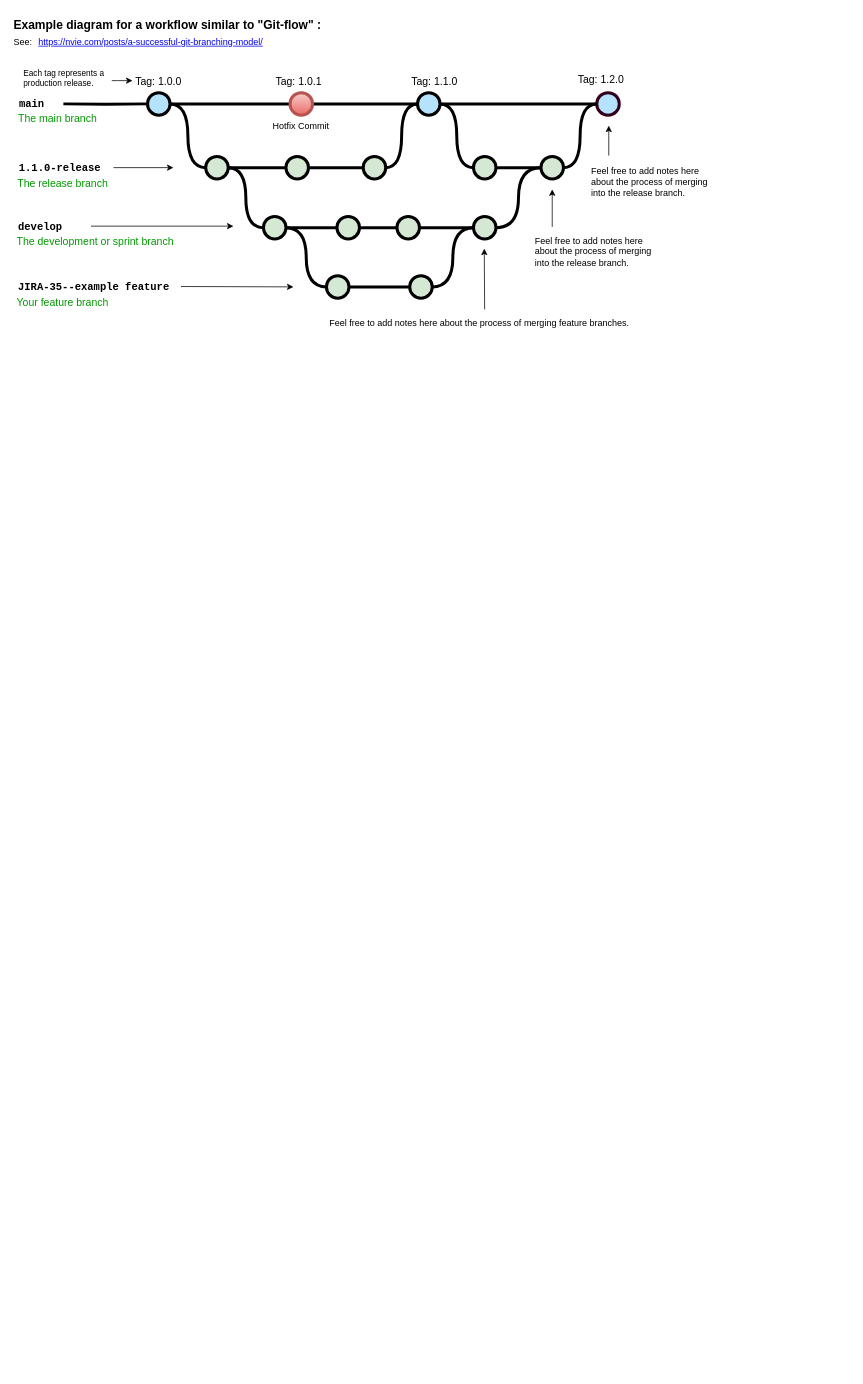
Before: BrainDiagram.drawio in djsamseng/BusinessPlan, a draw.io diagram. Source tidied: cells renumbered, new cells numbered last; positions are measured from the earlier drawing's top-left corner, leaving out a move shared by most shapes. Both pictures are drawn from the tidied source at 75%, with x=0, y=0 at pixel (12, 13).
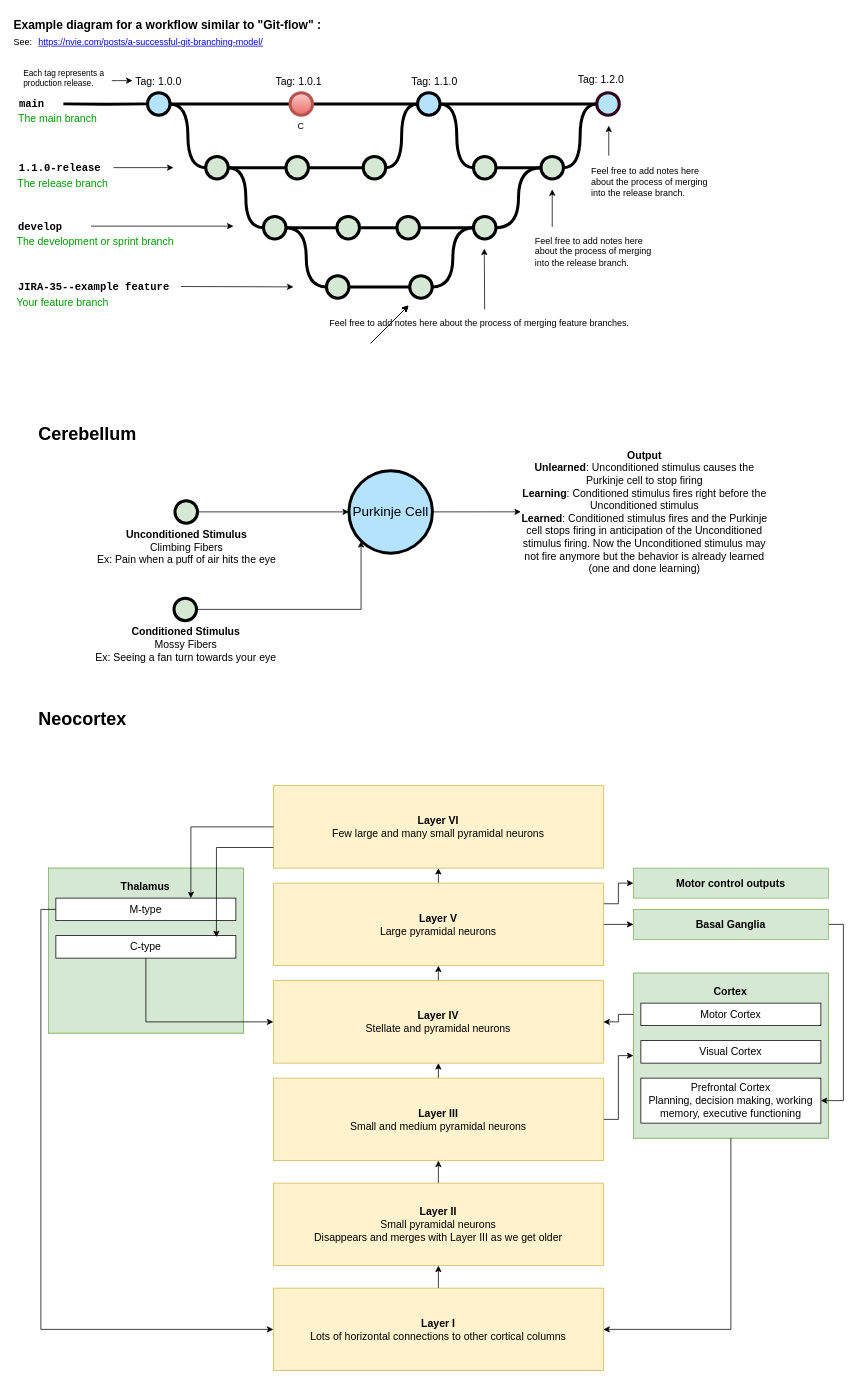
Above is the later version.

Commit message:
Purkinje Cell and Neocortex diagrams

What changed in the source:
```diff
@@
-    <mxCell id="2" value="Hotfix Commit" style="text;html=1;strokeColor=none;fillColor=none;align=center;verticalAlign=middle;whiteSpace=wrap;overflow=hidden;" parent="1" vertex="1">
+    <mxCell id="2" value="C" style="text;html=1;strokeColor=none;fillColor=none;align=center;verticalAlign=middle;whiteSpace=wrap;overflow=hidden;" parent="1" vertex="1">
       <mxGeometry x="345.2" y="136" width="80" height="30" as="geometry" />
     </mxCell>
@@
+    <mxCell id="63" style="edgeStyle=orthogonalEdgeStyle;rounded=0;jettySize=auto;html=1;exitX=1;exitY=0.5;exitDx=0;exitDy=0;exitPerimeter=0;entryX=0;entryY=0.5;entryDx=0;entryDy=0;" parent="1" edge="1" source="64" target="68">
+      <mxGeometry relative="1" as="geometry" />
+    </mxCell>
+    <mxCell id="64" value="&lt;font style=&quot;font-size: 18px;&quot;&gt;Purkinje Cell&lt;/font&gt;" style="verticalLabelPosition=middle;verticalAlign=middle;strokeWidth=4;shape=mxgraph.flowchart.on-page_reference;plain-blue;gradientColor=none;fillColor=#B5E3Fe;strokeColor=#000000;horizontal=1;html=1;labelPosition=center;align=center;" parent="1" vertex="1">
+      <mxGeometry x="448.8" y="610" width="111.2" height="110" as="geometry" />
+    </mxCell>
+    <mxCell id="65" value="&lt;font style=&quot;font-size: 24px;&quot;&gt;Cerebellum&lt;/font&gt;" style="text;whiteSpace=wrap;html=1;fontStyle=1;fontSize=16;" parent="1" vertex="1">
+      <mxGeometry x="33" y="540" width="427.8" height="20" as="geometry" />
+    </mxCell>
+    <mxCell id="66" style="endArrow=classic;html=1;rounded=0;" parent="1" edge="1">
+      <mxGeometry relative="1" as="geometry">
+        <mxPoint x="478" y="440" as="sourcePoint" />
+        <mxPoint x="528" y="390" as="targetPoint" />
+      </mxGeometry>
+    </mxCell>
+    <mxCell id="67" style="endArrow=classic;html=1;rounded=0;" parent="1" edge="1">
+      <mxGeometry relative="1" as="geometry">
+        <mxPoint x="478" y="440" as="sourcePoint" />
+        <mxPoint x="528" y="390" as="targetPoint" />
+      </mxGeometry>
+    </mxCell>
+    <mxCell id="68" value="&lt;b&gt;Output&lt;br&gt;Unlearned&lt;/b&gt;: Unconditioned stimulus causes the Purkinje cell to stop firing&lt;br&gt;&lt;b&gt;Learning&lt;/b&gt;: Conditioned stimulus fires right before the Unconditioned stimulus&lt;br&gt;&lt;b&gt;Learned&lt;/b&gt;: Conditioned stimulus fires and the Purkinje cell stops firing in anticipation of the Unconditioned stimulus firing. Now the Unconditioned stimulus may not fire anymore but the behavior is already learned (one and done learning)" style="text;html=1;strokeColor=none;fillColor=none;align=center;verticalAlign=middle;whiteSpace=wrap;overflow=hidden;fontSize=14;" parent="1" vertex="1">
+      <mxGeometry x="678" y="566.2" width="330" height="197.5" as="geometry" />
+    </mxCell>
+    <mxCell id="69" style="edgeStyle=orthogonalEdgeStyle;rounded=0;jettySize=auto;html=1;exitX=1;exitY=0.5;exitDx=0;exitDy=0;exitPerimeter=0;" parent="1" edge="1" source="70" target="64">
+      <mxGeometry relative="1" as="geometry" />
+    </mxCell>
+    <mxCell id="70" value="&lt;font style=&quot;font-size: 14px;&quot;&gt;&lt;b&gt;Unconditioned Stimulus&lt;/b&gt;&lt;br&gt;Climbing Fibers&lt;br&gt;Ex: Pain when a puff of air hits the eye&lt;/font&gt;" style="verticalLabelPosition=bottom;verticalAlign=top;html=1;strokeWidth=4;shape=mxgraph.flowchart.on-page_reference;plain-purple;gradientColor=none;strokeColor=#000000;fillColor=#D5E8D4;" parent="1" vertex="1">
+      <mxGeometry x="216.8" y="650" width="30" height="30" as="geometry" />
+    </mxCell>
+    <mxCell id="71" style="endArrow=classic;html=1;rounded=0;" parent="1" edge="1">
+      <mxGeometry relative="1" as="geometry">
+        <mxPoint x="478" y="440" as="sourcePoint" />
+        <mxPoint x="528" y="390" as="targetPoint" />
+      </mxGeometry>
+    </mxCell>
+    <mxCell id="72" style="endArrow=classic;html=1;rounded=0;" parent="1" edge="1">
+      <mxGeometry relative="1" as="geometry">
+        <mxPoint x="478" y="440" as="sourcePoint" />
+        <mxPoint x="528" y="390" as="targetPoint" />
+      </mxGeometry>
+    </mxCell>
+    <mxCell id="73" value="&lt;font style=&quot;font-size: 14px;&quot;&gt;&lt;b&gt;Conditioned Stimulus&lt;br&gt;&lt;/b&gt;Mossy Fibers&lt;br&gt;Ex: Seeing a fan turn towards your eye&lt;/font&gt;" style="verticalLabelPosition=bottom;verticalAlign=top;html=1;strokeWidth=4;shape=mxgraph.flowchart.on-page_reference;plain-purple;gradientColor=none;strokeColor=#000000;fillColor=#D5E8D4;" parent="1" vertex="1">
+      <mxGeometry x="215.5" y="780" width="30" height="30" as="geometry" />
+    </mxCell>
+    <mxCell id="74" style="endArrow=classic;html=1;rounded=0;" parent="1" edge="1">
+      <mxGeometry relative="1" as="geometry">
+        <mxPoint x="478" y="440" as="sourcePoint" />
+        <mxPoint x="528" y="390" as="targetPoint" />
+      </mxGeometry>
+    </mxCell>
+    <mxCell id="75" style="edgeStyle=orthogonalEdgeStyle;rounded=0;jettySize=auto;html=1;exitX=1;exitY=0.5;exitDx=0;exitDy=0;exitPerimeter=0;entryX=0.145;entryY=0.855;entryDx=0;entryDy=0;entryPerimeter=0;" parent="1" edge="1" source="73" target="64">
+      <mxGeometry relative="1" as="geometry" />
+    </mxCell>
+    <mxCell id="76" value="&lt;font style=&quot;font-size: 24px;&quot;&gt;Neocortex&lt;/font&gt;" style="text;whiteSpace=wrap;html=1;fontStyle=1;fontSize=16;" parent="1" vertex="1">
+      <mxGeometry x="33" y="920" width="427.8" height="20" as="geometry" />
+    </mxCell>
+    <mxCell id="77" value="&lt;font style=&quot;font-size: 14px;&quot;&gt;&lt;b&gt;Layer VI&lt;/b&gt;&lt;br&gt;Few large and many small pyramidal neurons&lt;/font&gt;" style="rounded=0;whiteSpace=wrap;html=1;fillColor=#fff2cc;strokeColor=#d6b656;" parent="1" vertex="1">
+      <mxGeometry x="348" y="1030" width="440" height="110" as="geometry" />
+    </mxCell>
+    <mxCell id="78" style="edgeStyle=orthogonalEdgeStyle;rounded=0;jettySize=auto;html=1;exitX=0.5;exitY=0;exitDx=0;exitDy=0;entryX=0.5;entryY=1;entryDx=0;entryDy=0;" parent="1" edge="1" source="81" target="77">
+      <mxGeometry relative="1" as="geometry" />
+    </mxCell>
+    <mxCell id="79" style="edgeStyle=orthogonalEdgeStyle;rounded=0;jettySize=auto;html=1;exitX=1;exitY=0.25;exitDx=0;exitDy=0;entryX=0;entryY=0.5;entryDx=0;entryDy=0;" parent="1" edge="1" source="81" target="101">
+      <mxGeometry relative="1" as="geometry" />
+    </mxCell>
+    <mxCell id="80" style="edgeStyle=orthogonalEdgeStyle;rounded=0;jettySize=auto;html=1;exitX=1;exitY=0.5;exitDx=0;exitDy=0;entryX=0;entryY=0.5;entryDx=0;entryDy=0;" parent="1" edge="1" source="81" target="100">
+      <mxGeometry relative="1" as="geometry" />
+    </mxCell>
+    <mxCell id="81" value="&lt;font style=&quot;font-size: 14px;&quot;&gt;&lt;b&gt;Layer V&lt;/b&gt;&lt;br&gt;Large pyramidal neurons&lt;/font&gt;" style="rounded=0;whiteSpace=wrap;html=1;fillColor=#fff2cc;strokeColor=#d6b656;" parent="1" vertex="1">
+      <mxGeometry x="348" y="1160" width="440" height="110" as="geometry" />
+    </mxCell>
+    <mxCell id="82" style="edgeStyle=orthogonalEdgeStyle;rounded=0;jettySize=auto;html=1;exitX=0.5;exitY=0;exitDx=0;exitDy=0;entryX=0.5;entryY=1;entryDx=0;entryDy=0;" parent="1" edge="1" source="83" target="81">
+      <mxGeometry relative="1" as="geometry" />
+    </mxCell>
+    <mxCell id="83" value="&lt;font style=&quot;font-size: 14px;&quot;&gt;&lt;b&gt;Layer IV&lt;/b&gt;&lt;br&gt;Stellate and pyramidal neurons&lt;br&gt;&lt;/font&gt;" style="rounded=0;whiteSpace=wrap;html=1;fillColor=#fff2cc;strokeColor=#d6b656;" parent="1" vertex="1">
+      <mxGeometry x="348" y="1290" width="440" height="110" as="geometry" />
+    </mxCell>
+    <mxCell id="84" style="edgeStyle=orthogonalEdgeStyle;rounded=0;jettySize=auto;html=1;exitX=0.5;exitY=0;exitDx=0;exitDy=0;entryX=0.5;entryY=1;entryDx=0;entryDy=0;" parent="1" edge="1" source="86" target="83">
+      <mxGeometry relative="1" as="geometry" />
+    </mxCell>
+    <mxCell id="85" style="edgeStyle=orthogonalEdgeStyle;rounded=0;jettySize=auto;html=1;exitX=1;exitY=0.5;exitDx=0;exitDy=0;entryX=0;entryY=0.5;entryDx=0;entryDy=0;" parent="1" edge="1" source="86" target="92">
+      <mxGeometry relative="1" as="geometry" />
+    </mxCell>
+    <mxCell id="86" value="&lt;font style=&quot;font-size: 14px;&quot;&gt;&lt;b&gt;Layer III&lt;/b&gt;&lt;br&gt;Small and medium pyramidal neurons&lt;br&gt;&lt;/font&gt;" style="rounded=0;whiteSpace=wrap;html=1;fillColor=#fff2cc;strokeColor=#d6b656;" parent="1" vertex="1">
+      <mxGeometry x="348" y="1420" width="440" height="110" as="geometry" />
+    </mxCell>
+    <mxCell id="87" style="edgeStyle=orthogonalEdgeStyle;rounded=0;jettySize=auto;html=1;exitX=0.5;exitY=0;exitDx=0;exitDy=0;entryX=0.5;entryY=1;entryDx=0;entryDy=0;" parent="1" edge="1" source="88" target="86">
+      <mxGeometry relative="1" as="geometry" />
+    </mxCell>
+    <mxCell id="88" value="&lt;font style=&quot;font-size: 14px;&quot;&gt;&lt;b&gt;Layer II&lt;/b&gt;&lt;br&gt;Small pyramidal neurons&lt;br&gt;Disappears and merges with Layer III as we get older&lt;br&gt;&lt;/font&gt;" style="rounded=0;whiteSpace=wrap;html=1;fillColor=#fff2cc;strokeColor=#d6b656;" parent="1" vertex="1">
+      <mxGeometry x="348" y="1560" width="440" height="110" as="geometry" />
+    </mxCell>
+    <mxCell id="89" style="edgeStyle=orthogonalEdgeStyle;rounded=0;jettySize=auto;html=1;exitX=0.5;exitY=0;exitDx=0;exitDy=0;entryX=0.5;entryY=1;entryDx=0;entryDy=0;" parent="1" edge="1" source="90" target="88">
+      <mxGeometry relative="1" as="geometry" />
+    </mxCell>
+    <mxCell id="90" value="&lt;font style=&quot;font-size: 14px;&quot;&gt;&lt;b&gt;Layer I&lt;/b&gt;&lt;br&gt;Lots of horizontal connections to other cortical columns&lt;br&gt;&lt;/font&gt;" style="rounded=0;whiteSpace=wrap;html=1;fillColor=#fff2cc;strokeColor=#d6b656;" parent="1" vertex="1">
+      <mxGeometry x="348" y="1700" width="440" height="110" as="geometry" />
+    </mxCell>
+    <mxCell id="91" style="group;fillColor=#d5e8d4;strokeColor=#82b366;" parent="1" vertex="1">
+      <mxGeometry x="828" y="1280" width="260" height="220" as="geometry" />
+    </mxCell>
+    <mxCell id="92" value="&lt;font style=&quot;font-size: 14px;&quot;&gt;&lt;br&gt;&lt;/font&gt;" style="rounded=0;whiteSpace=wrap;html=1;fillColor=#d5e8d4;strokeColor=#82b366;" parent="91" vertex="1">
+      <mxGeometry width="260" height="220" as="geometry" />
+    </mxCell>
+    <mxCell id="93" value="&lt;font style=&quot;font-size: 14px;&quot;&gt;Motor Cortex&lt;/font&gt;" style="rounded=0;whiteSpace=wrap;html=1;" parent="91" vertex="1">
+      <mxGeometry x="10" y="40" width="240" height="30" as="geometry" />
+    </mxCell>
+    <mxCell id="94" value="Cortex" style="text;html=1;strokeColor=none;fillColor=none;align=center;verticalAlign=middle;whiteSpace=wrap;rounded=0;fontSize=14;fontStyle=1;" parent="91" vertex="1">
+      <mxGeometry x="106.4" y="10" width="47.3" height="30" as="geometry" />
+    </mxCell>
+    <mxCell id="95" value="&lt;font style=&quot;font-size: 14px;&quot;&gt;Visual Cortex&lt;/font&gt;" style="rounded=0;whiteSpace=wrap;html=1;" parent="91" vertex="1">
+      <mxGeometry x="10" y="90" width="240" height="30" as="geometry" />
+    </mxCell>
+    <mxCell id="96" value="&lt;font style=&quot;font-size: 14px;&quot;&gt;Prefrontal Cortex&lt;br&gt;Planning, decision making, working memory, executive functioning&lt;br&gt;&lt;/font&gt;" style="rounded=0;whiteSpace=wrap;html=1;" parent="91" vertex="1">
+      <mxGeometry x="10" y="140" width="240" height="60" as="geometry" />
+    </mxCell>
+    <mxCell id="97" style="edgeStyle=orthogonalEdgeStyle;rounded=0;jettySize=auto;html=1;exitX=0.5;exitY=1;exitDx=0;exitDy=0;entryX=1;entryY=0.5;entryDx=0;entryDy=0;" parent="1" edge="1" source="92" target="90">
+      <mxGeometry relative="1" as="geometry" />
+    </mxCell>
+    <mxCell id="98" style="edgeStyle=orthogonalEdgeStyle;rounded=0;jettySize=auto;html=1;exitX=0;exitY=0.25;exitDx=0;exitDy=0;entryX=1;entryY=0.5;entryDx=0;entryDy=0;" parent="1" edge="1" source="92" target="83">
+      <mxGeometry relative="1" as="geometry" />
+    </mxCell>
+    <mxCell id="99" style="edgeStyle=orthogonalEdgeStyle;rounded=0;jettySize=auto;html=1;exitX=1;exitY=0.5;exitDx=0;exitDy=0;entryX=1;entryY=0.5;entryDx=0;entryDy=0;" parent="1" edge="1" source="100" target="96">
+      <mxGeometry relative="1" as="geometry" />
+    </mxCell>
+    <mxCell id="100" value="&lt;span style=&quot;font-size: 14px;&quot;&gt;&lt;b&gt;Basal Ganglia&lt;/b&gt;&lt;/span&gt;" style="rounded=0;whiteSpace=wrap;html=1;fillColor=#d5e8d4;strokeColor=#82b366;" parent="1" vertex="1">
+      <mxGeometry x="828" y="1195" width="260" height="40" as="geometry" />
+    </mxCell>
+    <mxCell id="101" value="&lt;span style=&quot;font-size: 14px;&quot;&gt;&lt;b&gt;Motor control outputs&lt;/b&gt;&lt;/span&gt;" style="rounded=0;whiteSpace=wrap;html=1;fillColor=#d5e8d4;strokeColor=#82b366;" parent="1" vertex="1">
+      <mxGeometry x="828" y="1140" width="260" height="40" as="geometry" />
+    </mxCell>
+    <mxCell id="102" style="group;fillColor=#d5e8d4;strokeColor=#82b366;" parent="1" vertex="1">
+      <mxGeometry x="48" y="1140" width="260" height="220" as="geometry" />
+    </mxCell>
+    <mxCell id="103" value="&lt;font style=&quot;font-size: 14px;&quot;&gt;&lt;br&gt;&lt;/font&gt;" style="rounded=0;whiteSpace=wrap;html=1;fillColor=#d5e8d4;strokeColor=#82b366;" parent="102" vertex="1">
+      <mxGeometry width="260" height="220" as="geometry" />
+    </mxCell>
+    <mxCell id="104" value="&lt;span style=&quot;font-size: 14px;&quot;&gt;M-type&lt;/span&gt;" style="rounded=0;whiteSpace=wrap;html=1;" parent="102" vertex="1">
+      <mxGeometry x="10" y="40" width="240" height="30" as="geometry" />
+    </mxCell>
+    <mxCell id="105" value="Thalamus" style="text;html=1;strokeColor=none;fillColor=none;align=center;verticalAlign=middle;whiteSpace=wrap;rounded=0;fontSize=14;fontStyle=1;" parent="102" vertex="1">
+      <mxGeometry x="106.4" y="10" width="47.3" height="30" as="geometry" />
+    </mxCell>
+    <mxCell id="106" value="&lt;font style=&quot;font-size: 14px;&quot;&gt;C-type&lt;/font&gt;" style="rounded=0;whiteSpace=wrap;html=1;" parent="102" vertex="1">
+      <mxGeometry x="10" y="90" width="240" height="30" as="geometry" />
+    </mxCell>
+    <mxCell id="107" style="edgeStyle=orthogonalEdgeStyle;rounded=0;jettySize=auto;html=1;exitX=0;exitY=0.5;exitDx=0;exitDy=0;entryX=0.75;entryY=0;entryDx=0;entryDy=0;" parent="1" edge="1" source="77" target="104">
+      <mxGeometry relative="1" as="geometry" />
+    </mxCell>
+    <mxCell id="108" style="edgeStyle=orthogonalEdgeStyle;rounded=0;jettySize=auto;html=1;exitX=0;exitY=0.75;exitDx=0;exitDy=0;entryX=0.892;entryY=0.067;entryDx=0;entryDy=0;entryPerimeter=0;" parent="1" edge="1" source="77" target="106">
+      <mxGeometry relative="1" as="geometry" />
+    </mxCell>
+    <mxCell id="109" style="edgeStyle=orthogonalEdgeStyle;rounded=0;jettySize=auto;html=1;exitX=0;exitY=0.5;exitDx=0;exitDy=0;entryX=0;entryY=0.5;entryDx=0;entryDy=0;" parent="1" edge="1" source="104" target="90">
+      <mxGeometry relative="1" as="geometry" />
+    </mxCell>
+    <mxCell id="110" style="edgeStyle=orthogonalEdgeStyle;rounded=0;jettySize=auto;html=1;exitX=0.5;exitY=1;exitDx=0;exitDy=0;entryX=0;entryY=0.5;entryDx=0;entryDy=0;" parent="1" edge="1" source="106" target="83">
+      <mxGeometry relative="1" as="geometry" />
+    </mxCell>
```
